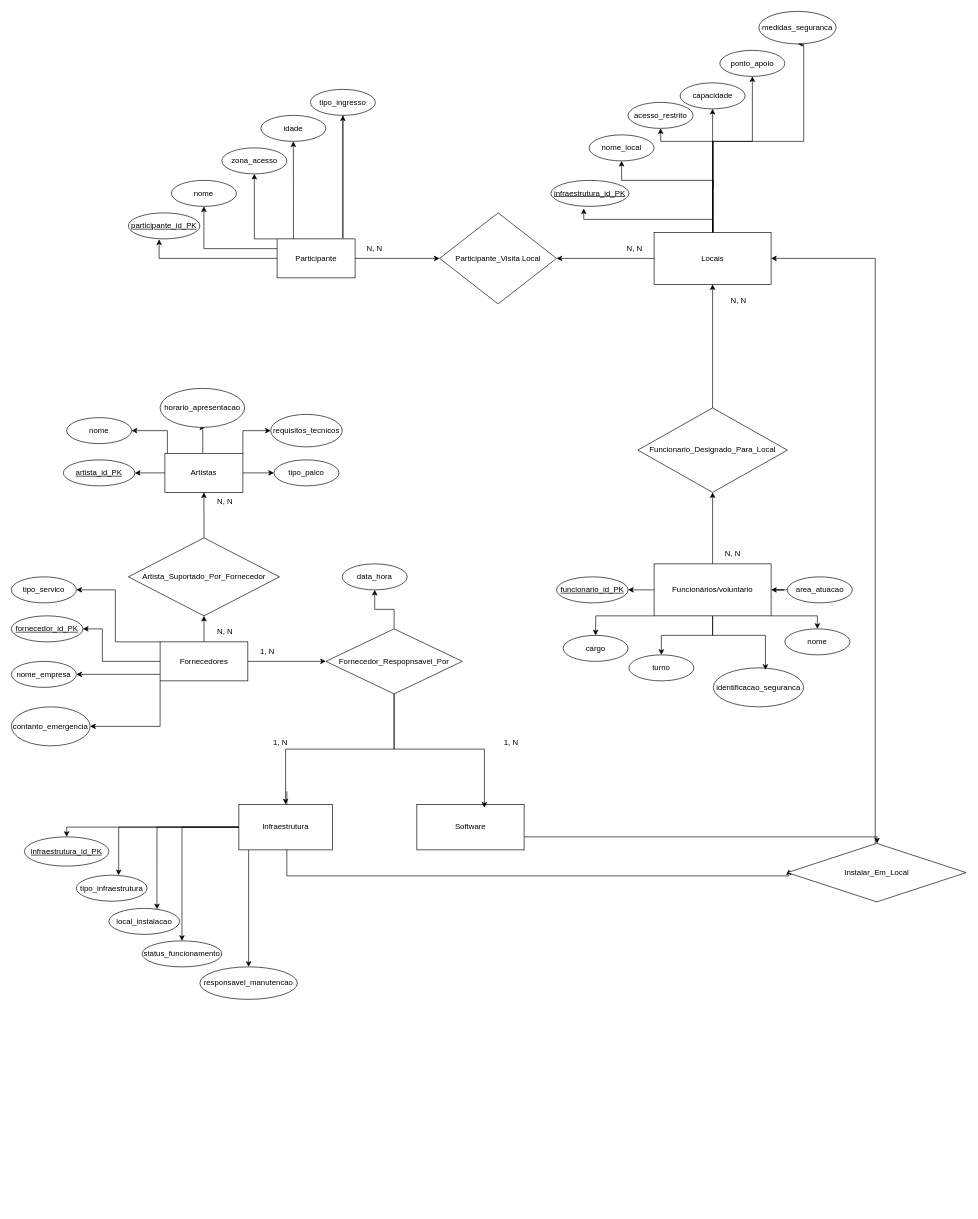
The draw.io diagram Diagrama sem nome.drawio in fabiobrasileiroo/rockInRio-ERD, before the edit. Source tidied: cells renumbered, new cells numbered last; positions are measured from the earlier drawing's top-left corner, leaving out a move shared by most shapes. Both pictures are drawn from the tidied source at 65%, with x=0, y=0 at pixel (11, 11).
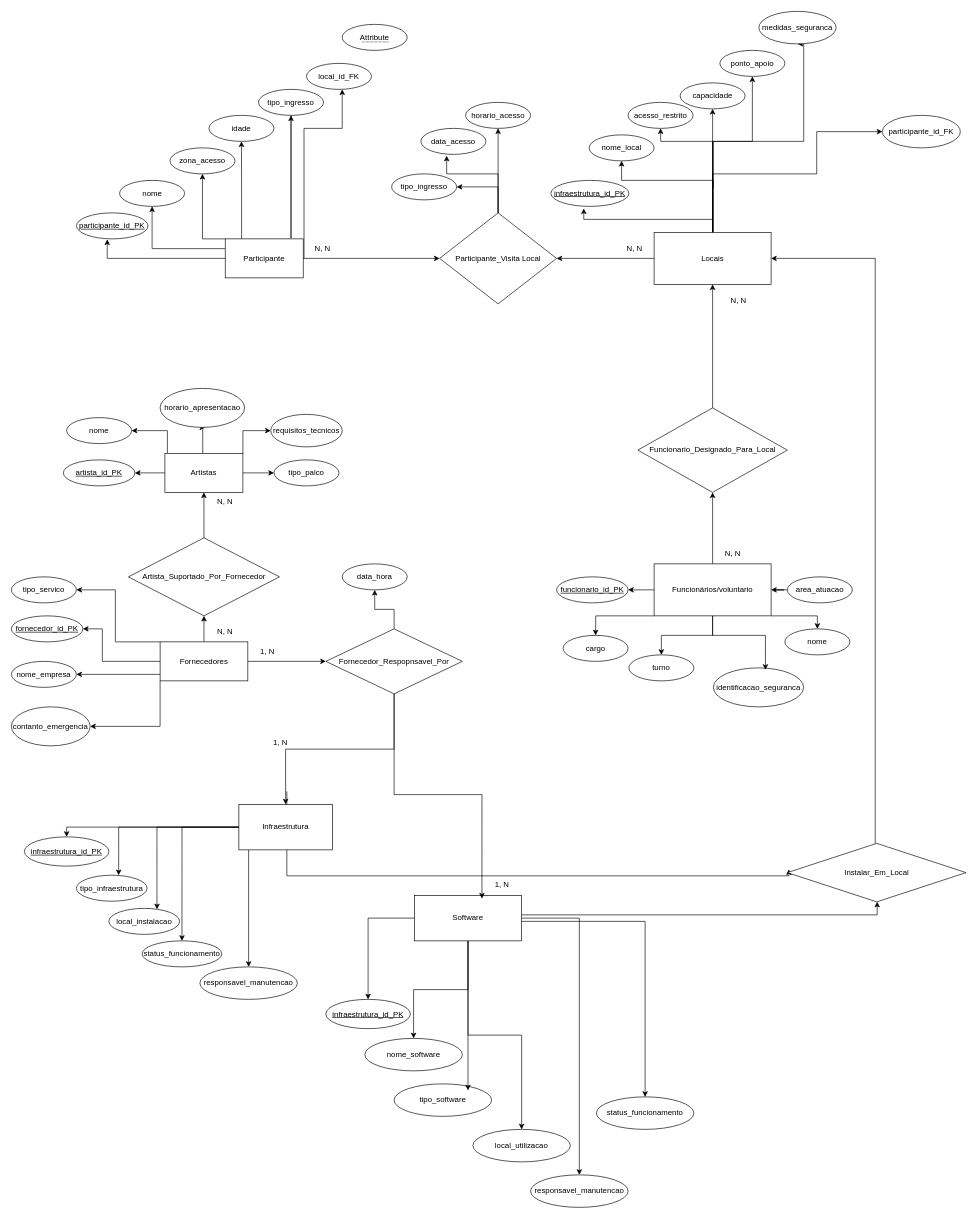
Above is the later version.

Unchanged cells that the change refers to:
```xml
<mxCell id="17" value="Locais" style="rounded=0;whiteSpace=wrap;html=1;" parent="1" vertex="1">
  <mxGeometry x="988.8" y="340" width="180" height="80" as="geometry" />
</mxCell>
<mxCell id="37" value="Participante_Visita Local" style="rhombus;whiteSpace=wrap;html=1;" parent="1" vertex="1">
  <mxGeometry x="658.8" y="310" width="180" height="140" as="geometry" />
</mxCell>
<mxCell id="58" value="Instalar_Em_Local" style="rhombus;whiteSpace=wrap;html=1;rounded=0;" parent="1" vertex="1">
  <mxGeometry x="1193.8" y="1280" width="275" height="90" as="geometry" />
</mxCell>
```

Diff of the diagram source:
```diff
@@
     <mxCell id="4" style="edgeStyle=orthogonalEdgeStyle;rounded=0;jettySize=auto;html=1;exitX=0;exitY=0;exitDx=0;exitDy=0;entryX=0.5;entryY=1;entryDx=0;entryDy=0;" parent="1" edge="1" source="6" target="62">
       <mxGeometry relative="1" as="geometry">
         <Array as="points">
-          <mxPoint x="374" y="350" />
+          <mxPoint x="294.2" y="350" />
         </Array>
       </mxGeometry>
     </mxCell>
     <mxCell id="5" style="edgeStyle=orthogonalEdgeStyle;rounded=0;jettySize=auto;html=1;entryX=0.5;entryY=1;entryDx=0;entryDy=0;" parent="1" edge="1" source="6" target="64">
       <mxGeometry relative="1" as="geometry">
         <Array as="points">
-          <mxPoint x="434" y="300" />
-          <mxPoint x="434" y="300" />
+          <mxPoint x="354.2" y="300" />
+          <mxPoint x="354.2" y="300" />
         </Array>
       </mxGeometry>
     </mxCell>
+    <mxCell id="99" style="edgeStyle=orthogonalEdgeStyle;rounded=0;jettySize=auto;html=1;entryX=0.5;entryY=1;entryDx=0;entryDy=0;" parent="1" edge="1" source="6">
+      <mxGeometry relative="1" as="geometry">
+        <mxPoint x="509" y="120" as="targetPoint" />
+        <Array as="points">
+          <mxPoint x="450.2" y="380" />
+          <mxPoint x="450.2" y="180" />
+          <mxPoint x="509.2" y="180" />
+        </Array>
+      </mxGeometry>
+    </mxCell>
     <mxCell id="6" value="Participante" style="rounded=0;whiteSpace=wrap;html=1;" parent="1" vertex="1">
-      <mxGeometry x="408.8" y="350" width="120" height="60" as="geometry" />
+      <mxGeometry x="329" y="350" width="120" height="60" as="geometry" />
     </mxCell>
@@
+    <mxCell id="100" style="edgeStyle=orthogonalEdgeStyle;rounded=0;jettySize=auto;html=1;entryX=0;entryY=0.5;entryDx=0;entryDy=0;" parent="1" edge="1" source="17" target="115">
+      <mxGeometry relative="1" as="geometry">
+        <Array as="points">
+          <mxPoint x="1079" y="250" />
+          <mxPoint x="1239" y="250" />
+          <mxPoint x="1239" y="185" />
+        </Array>
+      </mxGeometry>
+    </mxCell>
@@
+    <mxCell id="101" style="edgeStyle=orthogonalEdgeStyle;rounded=0;jettySize=auto;html=1;entryX=0.5;entryY=1;entryDx=0;entryDy=0;" parent="1" edge="1" source="37" target="119">
+      <mxGeometry relative="1" as="geometry" />
+    </mxCell>
+    <mxCell id="102" style="edgeStyle=orthogonalEdgeStyle;rounded=0;jettySize=auto;html=1;entryX=1;entryY=0.5;entryDx=0;entryDy=0;" parent="1" edge="1" source="37" target="117">
+      <mxGeometry relative="1" as="geometry" />
+    </mxCell>
@@
     <mxCell id="39" value="N, N" style="text;html=1;align=center;verticalAlign=middle;whiteSpace=wrap;rounded=0;" parent="1" vertex="1">
-      <mxGeometry x="528.8" y="350" width="60" height="30" as="geometry" />
+      <mxGeometry x="449" y="350" width="60" height="30" as="geometry" />
     </mxCell>
@@
     <mxCell id="47" style="edgeStyle=orthogonalEdgeStyle;rounded=0;jettySize=auto;html=1;" parent="1" edge="1" source="48" target="58">
       <mxGeometry relative="1" as="geometry">
         <Array as="points">
-          <mxPoint x="716.8" y="1270" />
-          <mxPoint x="1331.8" y="1270" />
+          <mxPoint x="1332" y="1390" />
         </Array>
       </mxGeometry>
     </mxCell>
+    <mxCell id="103" style="edgeStyle=orthogonalEdgeStyle;rounded=0;jettySize=auto;html=1;entryX=0.5;entryY=0;entryDx=0;entryDy=0;" parent="1" edge="1" source="48" target="107">
+      <mxGeometry relative="1" as="geometry" />
+    </mxCell>
+    <mxCell id="104" style="edgeStyle=orthogonalEdgeStyle;rounded=0;jettySize=auto;html=1;" parent="1" edge="1" source="48" target="108">
+      <mxGeometry relative="1" as="geometry" />
+    </mxCell>
+    <mxCell id="105" style="edgeStyle=orthogonalEdgeStyle;rounded=0;jettySize=auto;html=1;entryX=0.5;entryY=0;entryDx=0;entryDy=0;" parent="1" edge="1" source="48" target="110">
+      <mxGeometry relative="1" as="geometry" />
+    </mxCell>
+    <mxCell id="106" style="edgeStyle=orthogonalEdgeStyle;rounded=0;jettySize=auto;html=1;entryX=0.5;entryY=0;entryDx=0;entryDy=0;" parent="1" edge="1" source="48" target="111">
+      <mxGeometry relative="1" as="geometry" />
+    </mxCell>
     <mxCell id="48" value="Software" style="rounded=0;whiteSpace=wrap;html=1;" parent="1" vertex="1">
-      <mxGeometry x="623.8" y="1220" width="165" height="70" as="geometry" />
+      <mxGeometry x="620" y="1360" width="165" height="70" as="geometry" />
     </mxCell>
@@
     <mxCell id="52" value="1, N" style="text;html=1;align=center;verticalAlign=middle;whiteSpace=wrap;rounded=0;" parent="1" vertex="1">
-      <mxGeometry x="738.8" y="1110" width="60" height="30" as="geometry" />
+      <mxGeometry x="725" y="1329" width="60" height="30" as="geometry" />
     </mxCell>
@@
     <mxCell id="59" value="nome" style="ellipse;whiteSpace=wrap;html=1;align=center;" parent="1" vertex="1">
-      <mxGeometry x="246.2" y="260" width="100" height="40" as="geometry" />
+      <mxGeometry x="166.5" y="260" width="100" height="40" as="geometry" />
     </mxCell>
     <mxCell id="60" value="participante_id_PK" style="ellipse;whiteSpace=wrap;html=1;align=center;fontStyle=4;" parent="1" vertex="1">
-      <mxGeometry x="180" y="310" width="110" height="40" as="geometry" />
+      <mxGeometry x="100.2" y="310" width="110" height="40" as="geometry" />
     </mxCell>
@@
     <mxCell id="62" value="zona_acesso" style="ellipse;whiteSpace=wrap;html=1;align=center;" parent="1" vertex="1">
-      <mxGeometry x="323.8" y="210" width="100" height="40" as="geometry" />
+      <mxGeometry x="244" y="210" width="100" height="40" as="geometry" />
     </mxCell>
     <mxCell id="63" value="tipo_ingresso" style="ellipse;whiteSpace=wrap;html=1;align=center;" parent="1" vertex="1">
-      <mxGeometry x="460" y="120" width="100" height="40" as="geometry" />
+      <mxGeometry x="380.2" y="120" width="100" height="40" as="geometry" />
     </mxCell>
     <mxCell id="64" value="idade" style="ellipse;whiteSpace=wrap;html=1;align=center;" parent="1" vertex="1">
-      <mxGeometry x="383.8" y="160" width="100" height="40" as="geometry" />
+      <mxGeometry x="304" y="160" width="100" height="40" as="geometry" />
     </mxCell>
     <mxCell id="65" style="edgeStyle=orthogonalEdgeStyle;rounded=0;jettySize=auto;html=1;" parent="1" edge="1" source="63">
       <mxGeometry relative="1" as="geometry">
-        <mxPoint x="510" y="160" as="targetPoint" />
+        <mxPoint x="430.2" y="160" as="targetPoint" />
         <Array as="points">
-          <mxPoint x="510" y="349" />
+          <mxPoint x="430.2" y="349" />
         </Array>
       </mxGeometry>
     </mxCell>
@@
+    <mxCell id="107" value="infraestrutura_id_PK" style="ellipse;whiteSpace=wrap;html=1;align=center;fontStyle=4;" parent="1" vertex="1">
+      <mxGeometry x="483.8" y="1520" width="130" height="45" as="geometry" />
+    </mxCell>
+    <mxCell id="108" value="nome_software" style="ellipse;whiteSpace=wrap;html=1;align=center;" parent="1" vertex="1">
+      <mxGeometry x="543.8" y="1580" width="150" height="50" as="geometry" />
+    </mxCell>
+    <mxCell id="109" value="tipo_software" style="ellipse;whiteSpace=wrap;html=1;align=center;" parent="1" vertex="1">
+      <mxGeometry x="588.8" y="1650" width="150" height="50" as="geometry" />
+    </mxCell>
+    <mxCell id="110" value="local_utilizacao" style="ellipse;whiteSpace=wrap;html=1;align=center;" parent="1" vertex="1">
+      <mxGeometry x="710" y="1720" width="150" height="50" as="geometry" />
+    </mxCell>
+    <mxCell id="111" value="responsavel_manutencao" style="ellipse;whiteSpace=wrap;html=1;align=center;" parent="1" vertex="1">
+      <mxGeometry x="798.8" y="1790" width="150" height="50" as="geometry" />
+    </mxCell>
+    <mxCell id="112" value="status_funcionamento" style="ellipse;whiteSpace=wrap;html=1;align=center;" parent="1" vertex="1">
+      <mxGeometry x="900" y="1670" width="150" height="50" as="geometry" />
+    </mxCell>
+    <mxCell id="113" style="edgeStyle=orthogonalEdgeStyle;rounded=0;jettySize=auto;html=1;entryX=0.758;entryY=0.2;entryDx=0;entryDy=0;entryPerimeter=0;" parent="1" edge="1" source="48" target="109">
+      <mxGeometry relative="1" as="geometry" />
+    </mxCell>
+    <mxCell id="114" style="edgeStyle=orthogonalEdgeStyle;rounded=0;jettySize=auto;html=1;entryX=0.5;entryY=0;entryDx=0;entryDy=0;" parent="1" edge="1" source="48" target="112">
+      <mxGeometry relative="1" as="geometry">
+        <Array as="points">
+          <mxPoint x="975" y="1400" />
+        </Array>
+      </mxGeometry>
+    </mxCell>
+    <mxCell id="115" value="participante_id_FK" style="ellipse;whiteSpace=wrap;html=1;align=center;" parent="1" vertex="1">
+      <mxGeometry x="1340" y="160" width="120" height="50" as="geometry" />
+    </mxCell>
+    <mxCell id="116" value="local_id_FK" style="ellipse;whiteSpace=wrap;html=1;align=center;" parent="1" vertex="1">
+      <mxGeometry x="454" y="80" width="100" height="40" as="geometry" />
+    </mxCell>
+    <mxCell id="117" value="tipo_ingresso" style="ellipse;whiteSpace=wrap;html=1;align=center;" parent="1" vertex="1">
+      <mxGeometry x="585" y="250" width="100" height="40" as="geometry" />
+    </mxCell>
+    <mxCell id="118" value="data_acesso" style="ellipse;whiteSpace=wrap;html=1;align=center;" parent="1" vertex="1">
+      <mxGeometry x="630" y="180" width="100" height="40" as="geometry" />
+    </mxCell>
+    <mxCell id="119" value="horario_acesso" style="ellipse;whiteSpace=wrap;html=1;align=center;" parent="1" vertex="1">
+      <mxGeometry x="698.8" y="140" width="100" height="40" as="geometry" />
+    </mxCell>
+    <mxCell id="120" style="edgeStyle=orthogonalEdgeStyle;rounded=0;jettySize=auto;html=1;entryX=0.397;entryY=1.05;entryDx=0;entryDy=0;entryPerimeter=0;" parent="1" edge="1" source="37" target="118">
+      <mxGeometry relative="1" as="geometry">
+        <Array as="points">
+          <mxPoint x="749" y="250" />
+          <mxPoint x="670" y="250" />
+        </Array>
+      </mxGeometry>
+    </mxCell>
+    <mxCell id="121" value="&lt;span style=&quot;border-bottom: 1px dotted&quot;&gt;Attribute&lt;/span&gt;" style="ellipse;whiteSpace=wrap;html=1;align=center;" parent="1" vertex="1">
+      <mxGeometry x="509" y="20" width="100" height="40" as="geometry" />
+    </mxCell>
```
